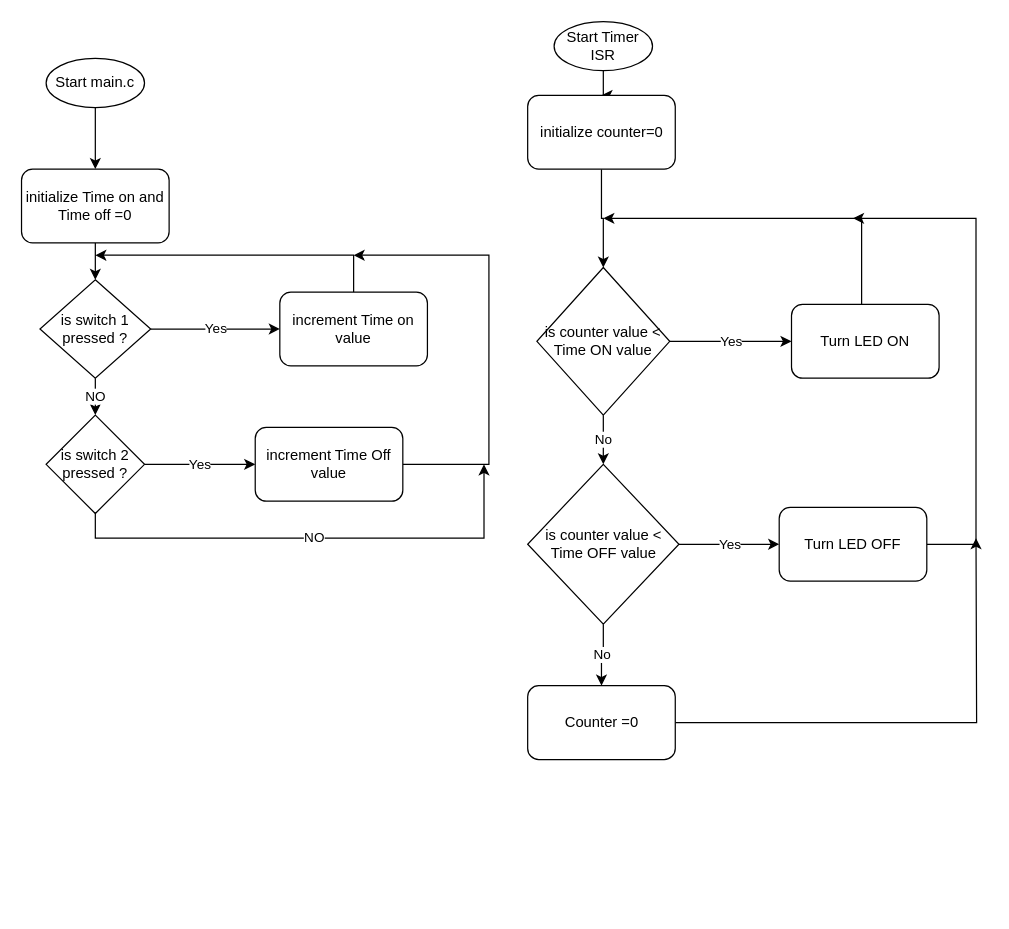
ahmedhish/egfwd_ARM-LED-Control keeps this draw.io diagram as Flowchart.drawio. Above is the earlier version. Source tidied: cells renumbered, new cells numbered last; positions are measured from the earlier drawing's top-left corner, leaving out a move shared by most shapes. Both pictures are drawn from the tidied source at 123%, with x=0, y=0 at pixel (21, 21).
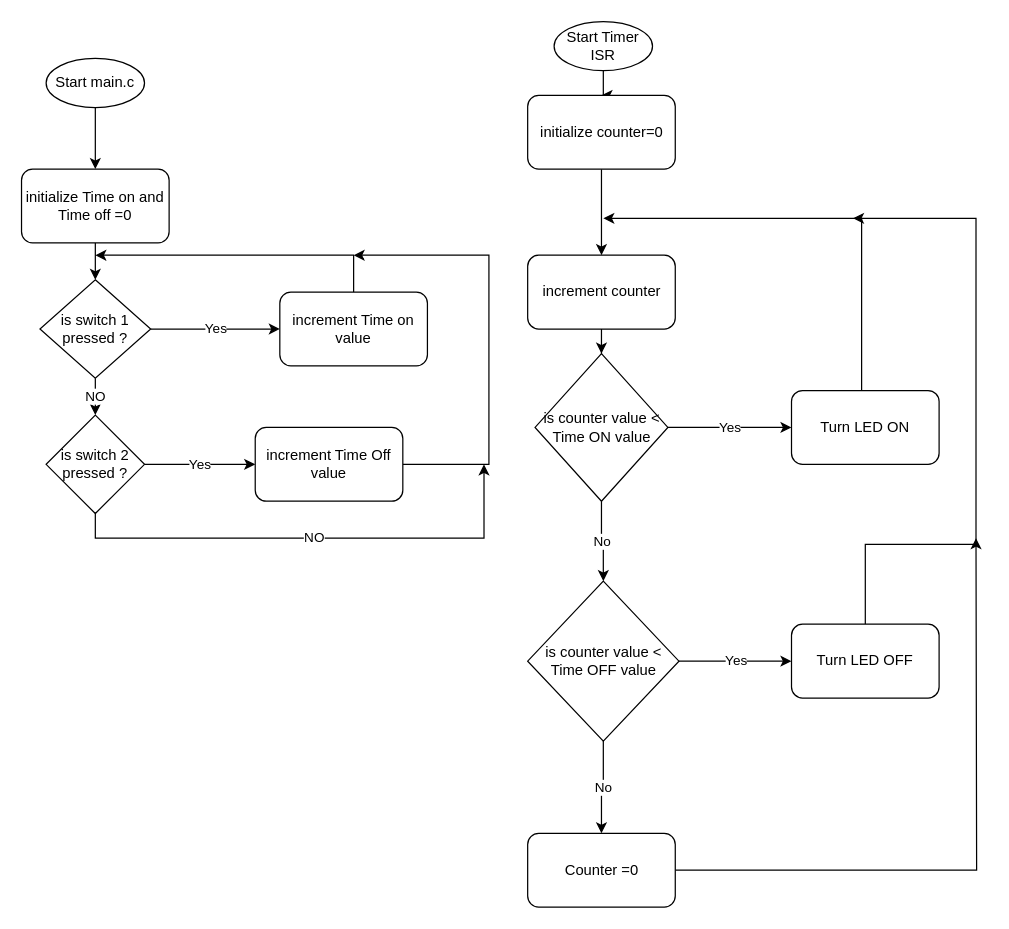
The same diagram, later.

The change refers to these unchanged cells:
```xml
<mxCell id="19" value="initialize counter=0" style="rounded=1;whiteSpace=wrap;html=1;" parent="1" vertex="1">
  <mxGeometry x="411.5" y="60" width="120" height="60" as="geometry" />
</mxCell>
```

What changed in the source:
```diff
@@
-    <mxCell id="18" style="edgeStyle=orthogonalEdgeStyle;rounded=0;jettySize=auto;html=1;" parent="1" edge="1" source="19" target="22">
-      <mxGeometry relative="1" as="geometry" />
-    </mxCell>
+    <mxCell id="32" style="edgeStyle=orthogonalEdgeStyle;rounded=0;jettySize=auto;html=1;" parent="1" edge="1" source="19" target="34">
+      <mxGeometry relative="1" as="geometry" />
+    </mxCell>
@@
     <mxCell id="22" value="is counter value &amp;lt; Time ON value" style="rhombus;whiteSpace=wrap;html=1;" parent="1" vertex="1">
-      <mxGeometry x="419" y="200" width="108" height="120" as="geometry" />
+      <mxGeometry x="417.5" y="270" width="108" height="120" as="geometry" />
     </mxCell>
@@
     <mxCell id="24" value="Turn LED ON" style="rounded=1;whiteSpace=wrap;html=1;" parent="1" vertex="1">
-      <mxGeometry x="626" y="230" width="120" height="60" as="geometry" />
+      <mxGeometry x="626" y="300" width="120" height="60" as="geometry" />
     </mxCell>
@@
     <mxCell id="27" value="is counter value &amp;lt; Time OFF value" style="rhombus;whiteSpace=wrap;html=1;" parent="1" vertex="1">
-      <mxGeometry x="411.5" y="360" width="123" height="130" as="geometry" />
+      <mxGeometry x="411.5" y="455" width="123" height="130" as="geometry" />
     </mxCell>
@@
     <mxCell id="29" value="Turn LED OFF" style="rounded=1;whiteSpace=wrap;html=1;" parent="1" vertex="1">
-      <mxGeometry x="616" y="395" width="120" height="60" as="geometry" />
+      <mxGeometry x="626" y="490" width="120" height="60" as="geometry" />
     </mxCell>
@@
     <mxCell id="31" value="Counter =0" style="rounded=1;whiteSpace=wrap;html=1;" parent="1" vertex="1">
-      <mxGeometry x="411.5" y="540" width="120" height="60" as="geometry" />
+      <mxGeometry x="411.5" y="660" width="120" height="60" as="geometry" />
     </mxCell>
+    <mxCell id="33" style="edgeStyle=orthogonalEdgeStyle;rounded=0;jettySize=auto;html=1;" parent="1" edge="1" source="34" target="22">
+      <mxGeometry relative="1" as="geometry" />
+    </mxCell>
+    <mxCell id="34" value="increment counter" style="rounded=1;whiteSpace=wrap;html=1;" parent="1" vertex="1">
+      <mxGeometry x="411.5" y="190" width="120" height="60" as="geometry" />
+    </mxCell>
```
